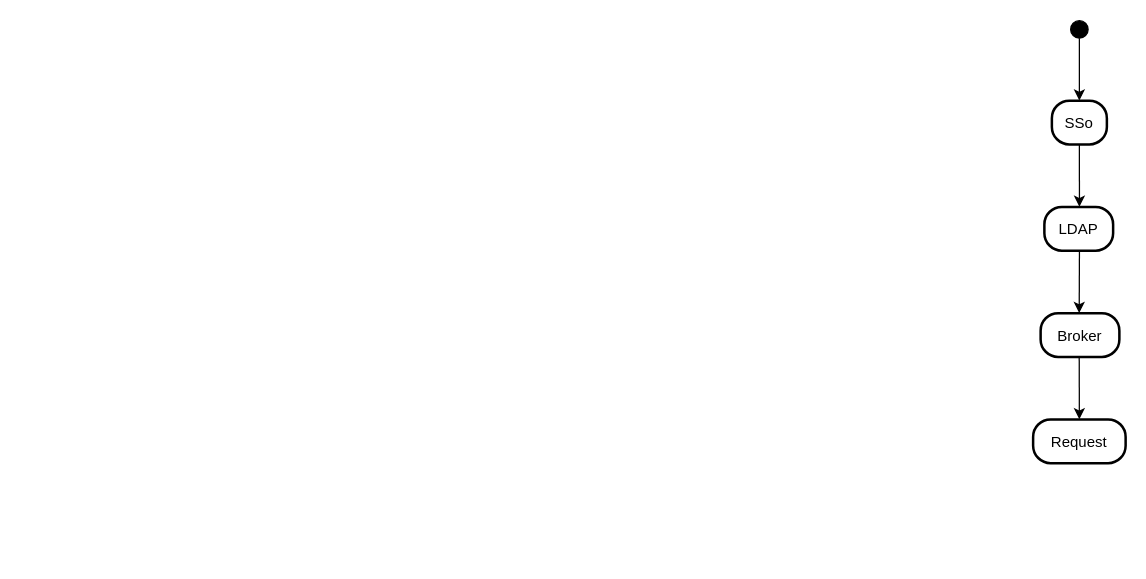
The draw.io diagram Untitled Diagram.drawio in rebelclause/AI, before the edit. Source tidied: cells renumbered, new cells numbered last; positions are measured from the earlier drawing's top-left corner, leaving out a move shared by most shapes. Both pictures are drawn from the tidied source at 125%, with x=0, y=0 at pixel (1032, 20).
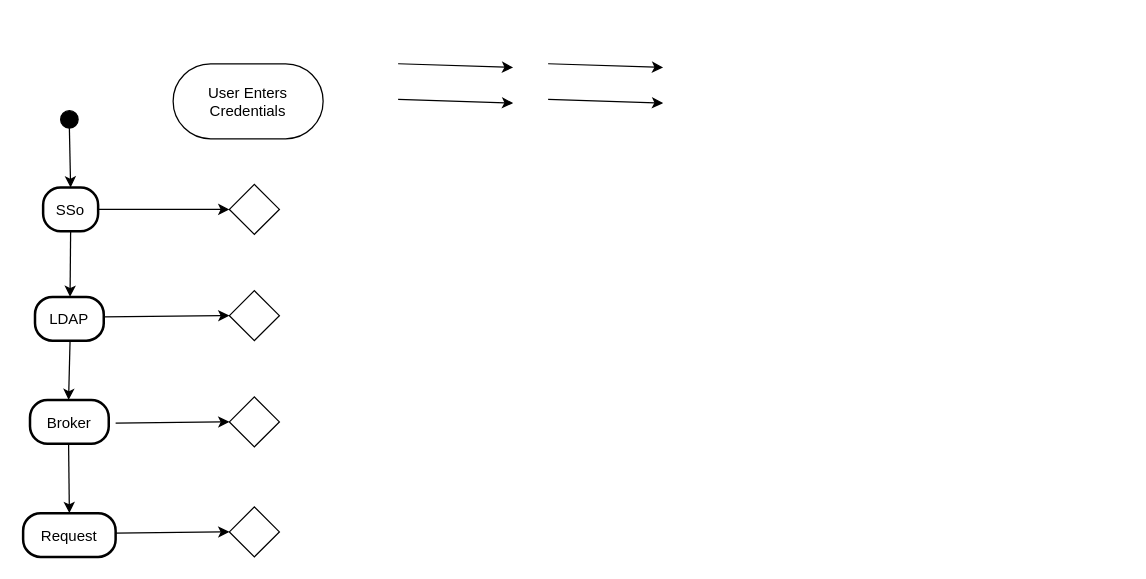
The same diagram, later.

What changed in the source:
```diff
@@
     <mxCell id="2" style="ellipse;fillColor=strokeColor;" parent="1" vertex="1">
-      <mxGeometry x="30" width="14" height="14" as="geometry" />
+      <mxGeometry x="-778" y="72" width="14" height="14" as="geometry" />
     </mxCell>
     <mxCell id="3" value="SSo" style="rounded=1;arcSize=40;strokeWidth=2;" parent="1" vertex="1">
-      <mxGeometry x="15" y="64" width="44" height="35" as="geometry" />
+      <mxGeometry x="-792" y="133.5" width="44" height="35" as="geometry" />
     </mxCell>
     <mxCell id="4" value="LDAP" style="rounded=1;arcSize=40;strokeWidth=2;" parent="1" vertex="1">
-      <mxGeometry x="9" y="149" width="55" height="35" as="geometry" />
+      <mxGeometry x="-798.5" y="221" width="55" height="35" as="geometry" />
     </mxCell>
     <mxCell id="5" value="Broker" style="rounded=1;arcSize=40;strokeWidth=2;" parent="1" vertex="1">
-      <mxGeometry x="6" y="234" width="63" height="35" as="geometry" />
+      <mxGeometry x="-802.5" y="303.5" width="63" height="35" as="geometry" />
     </mxCell>
     <mxCell id="6" value="Request" style="rounded=1;arcSize=40;strokeWidth=2;" parent="1" vertex="1">
-      <mxGeometry y="319" width="74" height="35" as="geometry" />
+      <mxGeometry x="-808" y="394" width="74" height="35" as="geometry" />
     </mxCell>
@@
+    <mxCell id="11" style="rhombus;whiteSpace=wrap;html=1;direction=east;" parent="1" vertex="1">
+      <mxGeometry x="-643" y="131" width="40" height="40" as="geometry" />
+    </mxCell>
+    <mxCell id="12" style="endArrow=classic;startArrow=none;html=1;rounded=0;exitX=1;exitY=0.5;exitDx=0;exitDy=0;entryX=0;entryY=0.5;entryDx=0;entryDy=0;startFill=0;" parent="1" edge="1" source="3" target="11">
+      <mxGeometry relative="1" as="geometry" />
+    </mxCell>
+    <mxCell id="13" style="endArrow=classic;startArrow=none;html=1;rounded=0;exitX=1;exitY=0.5;exitDx=0;exitDy=0;entryX=0;entryY=0.5;entryDx=0;entryDy=0;startFill=0;" parent="1" edge="1" target="20">
+      <mxGeometry relative="1" as="geometry">
+        <mxPoint x="-743.5" y="237" as="sourcePoint" />
+      </mxGeometry>
+    </mxCell>
+    <mxCell id="14" style="endArrow=classic;startArrow=none;html=1;rounded=0;exitX=1;exitY=0.5;exitDx=0;exitDy=0;entryX=0;entryY=0.5;entryDx=0;entryDy=0;startFill=0;" parent="1" edge="1" target="21">
+      <mxGeometry relative="1" as="geometry">
+        <mxPoint x="-734" y="322" as="sourcePoint" />
+      </mxGeometry>
+    </mxCell>
+    <mxCell id="15" style="endArrow=classic;startArrow=none;html=1;rounded=0;exitX=1;exitY=0.5;exitDx=0;exitDy=0;entryX=0;entryY=0.5;entryDx=0;entryDy=0;startFill=0;" parent="1" edge="1" target="22">
+      <mxGeometry relative="1" as="geometry">
+        <mxPoint x="-734" y="410" as="sourcePoint" />
+      </mxGeometry>
+    </mxCell>
+    <mxCell id="16" style="endArrow=classic;startArrow=none;html=1;rounded=0;exitX=1;exitY=0.5;exitDx=0;exitDy=0;entryX=0;entryY=0.5;entryDx=0;entryDy=0;startFill=0;" parent="1" edge="1">
+      <mxGeometry relative="1" as="geometry">
+        <mxPoint x="-508" y="63" as="sourcePoint" />
+        <mxPoint x="-416" y="66" as="targetPoint" />
+      </mxGeometry>
+    </mxCell>
+    <mxCell id="17" style="endArrow=classic;startArrow=none;html=1;rounded=0;exitX=1;exitY=0.5;exitDx=0;exitDy=0;entryX=0;entryY=0.5;entryDx=0;entryDy=0;startFill=0;" parent="1" edge="1">
+      <mxGeometry relative="1" as="geometry">
+        <mxPoint x="-508" y="34.5" as="sourcePoint" />
+        <mxPoint x="-416" y="37.5" as="targetPoint" />
+      </mxGeometry>
+    </mxCell>
+    <mxCell id="18" style="endArrow=classic;startArrow=none;html=1;rounded=0;exitX=1;exitY=0.5;exitDx=0;exitDy=0;entryX=0;entryY=0.5;entryDx=0;entryDy=0;startFill=0;" parent="1" edge="1">
+      <mxGeometry relative="1" as="geometry">
+        <mxPoint x="-388" y="34.5" as="sourcePoint" />
+        <mxPoint x="-296" y="37.5" as="targetPoint" />
+      </mxGeometry>
+    </mxCell>
+    <mxCell id="19" style="endArrow=classic;startArrow=none;html=1;rounded=0;exitX=1;exitY=0.5;exitDx=0;exitDy=0;entryX=0;entryY=0.5;entryDx=0;entryDy=0;startFill=0;" parent="1" edge="1">
+      <mxGeometry relative="1" as="geometry">
+        <mxPoint x="-388" y="63" as="sourcePoint" />
+        <mxPoint x="-296" y="66" as="targetPoint" />
+      </mxGeometry>
+    </mxCell>
+    <mxCell id="20" style="rhombus;whiteSpace=wrap;html=1;direction=east;" parent="1" vertex="1">
+      <mxGeometry x="-643" y="216" width="40" height="40" as="geometry" />
+    </mxCell>
+    <mxCell id="21" style="rhombus;whiteSpace=wrap;html=1;direction=east;" parent="1" vertex="1">
+      <mxGeometry x="-643" y="301" width="40" height="40" as="geometry" />
+    </mxCell>
+    <mxCell id="22" style="rhombus;whiteSpace=wrap;html=1;direction=east;" parent="1" vertex="1">
+      <mxGeometry x="-643" y="389" width="40" height="40" as="geometry" />
+    </mxCell>
+    <mxCell id="23" value="User Enters Credentials" style="rounded=1;whiteSpace=wrap;html=1;arcSize=50;" parent="1" vertex="1">
+      <mxGeometry x="-688" y="34.5" width="120" height="60" as="geometry" />
+    </mxCell>
```
